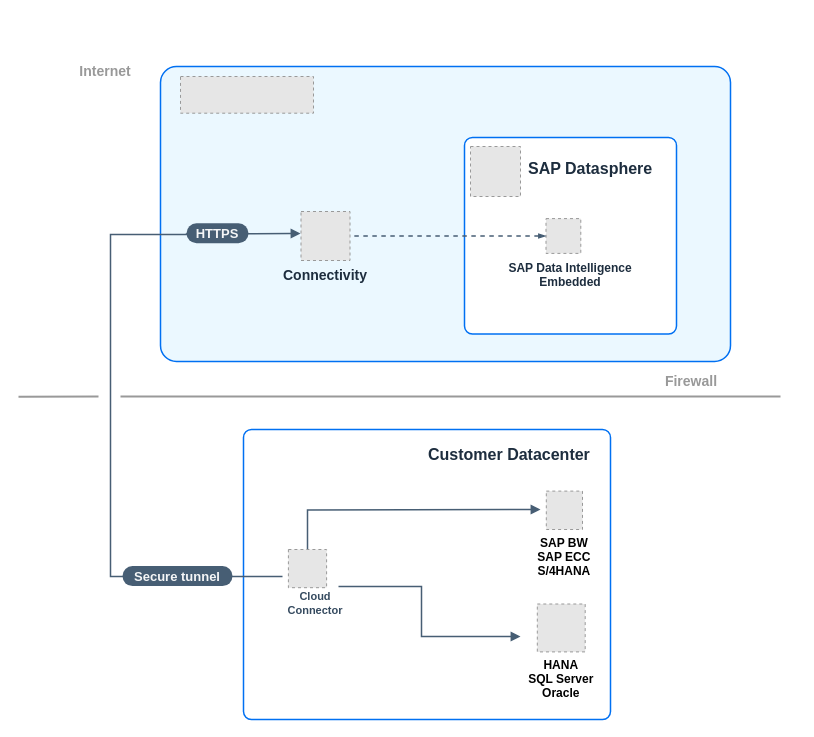
ihenry/draw-io keeps this draw.io diagram as page "Cloud Connector Vertical" (6 of 6) of SAP_Datasphere_DP_Agent.drawio. Above is the earlier version. Source tidied: cells renumbered, new cells numbered last; positions are measured from the earlier drawing's top-left corner, leaving out a move shared by most shapes. Both pictures are drawn from the tidied source at 100%, with x=0, y=0 at pixel (18, 17). Pictures stored in the file or linked from it are replaced by grey dashed boxes.
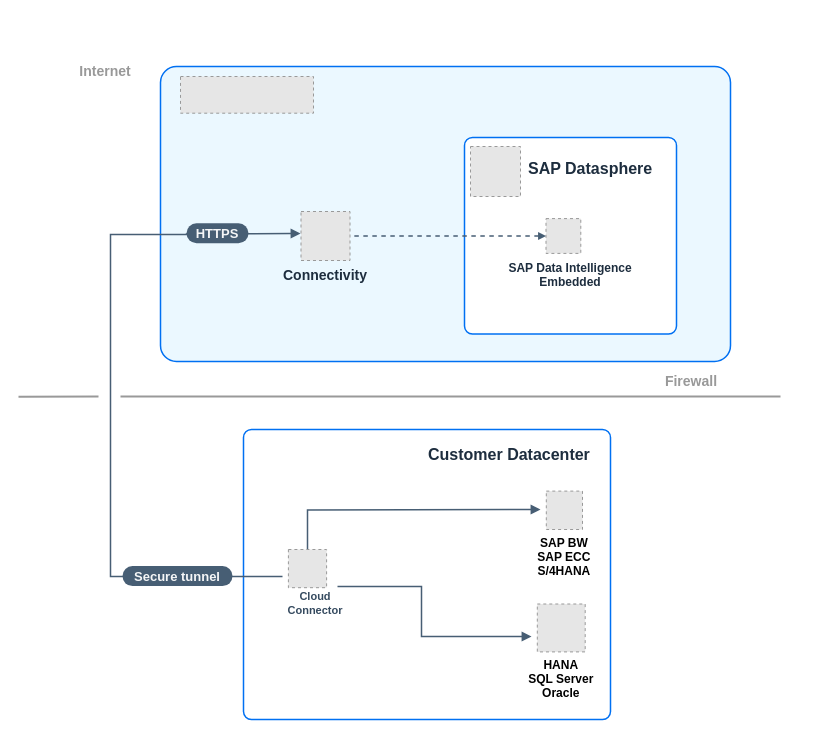
The same diagram, later.

The change refers to these unchanged cells:
```xml
<mxCell id="13" style="fillColor=#E6E6E6;strokeColor=#999999;dashed=1;verticalLabelPosition=bottom;verticalAlign=top;" parent="7" vertex="1">
  <mxGeometry x="318.5" y="201.1" width="34.8" height="34.8" as="geometry" />
</mxCell>
<mxCell id="26" style="fillColor=#E6E6E6;strokeColor=#999999;dashed=1;verticalLabelPosition=bottom;verticalAlign=top;" parent="25" vertex="1">
  <mxGeometry x="30.5" width="49" height="49" as="geometry" />
</mxCell>
```

Diff of the diagram source:
```diff
@@
     <mxCell id="19" style="edgeStyle=orthogonalEdgeStyle;rounded=0;orthogonalLoop=1;jettySize=auto;html=1;endArrow=none;endFill=0;strokeColor=#475E74;strokeWidth=1.5;startArrow=block;startFill=1;" parent="1" edge="1">
       <mxGeometry relative="1" as="geometry">
-        <mxPoint x="502" y="619" as="sourcePoint" />
-        <mxPoint x="320" y="569" as="targetPoint" />
+        <mxPoint x="513" y="619" as="sourcePoint" />
+        <mxPoint x="319" y="569" as="targetPoint" />
         <Array as="points">
           <mxPoint x="494" y="619" />
           <mxPoint x="403" y="619" />
           <mxPoint x="403" y="569" />
         </Array>
       </mxGeometry>
     </mxCell>
@@
-    <mxCell id="31" style="rounded=0;jettySize=auto;html=1;endArrow=none;endFill=0;strokeColor=#475e74;endSize=4;startSize=4;strokeWidth=1.5;startArrow=blockThin;startFill=1;dashed=1;entryX=1;entryY=0.5;entryDx=0;entryDy=0;entryPerimeter=0;exitX=0;exitY=0.5;exitDx=0;exitDy=0;exitPerimeter=0;" parent="1" edge="1" source="13" target="26">
+    <mxCell id="31" style="rounded=0;jettySize=auto;html=1;endArrow=none;endFill=0;strokeColor=#475e74;endSize=4;startSize=4;strokeWidth=1.5;startArrow=block;startFill=1;dashed=1;entryX=1;entryY=0.5;entryDx=0;entryDy=0;entryPerimeter=0;exitX=0;exitY=0.5;exitDx=0;exitDy=0;exitPerimeter=0;" parent="1" edge="1" source="13" target="26">
       <mxGeometry relative="1" as="geometry" />
     </mxCell>
```
